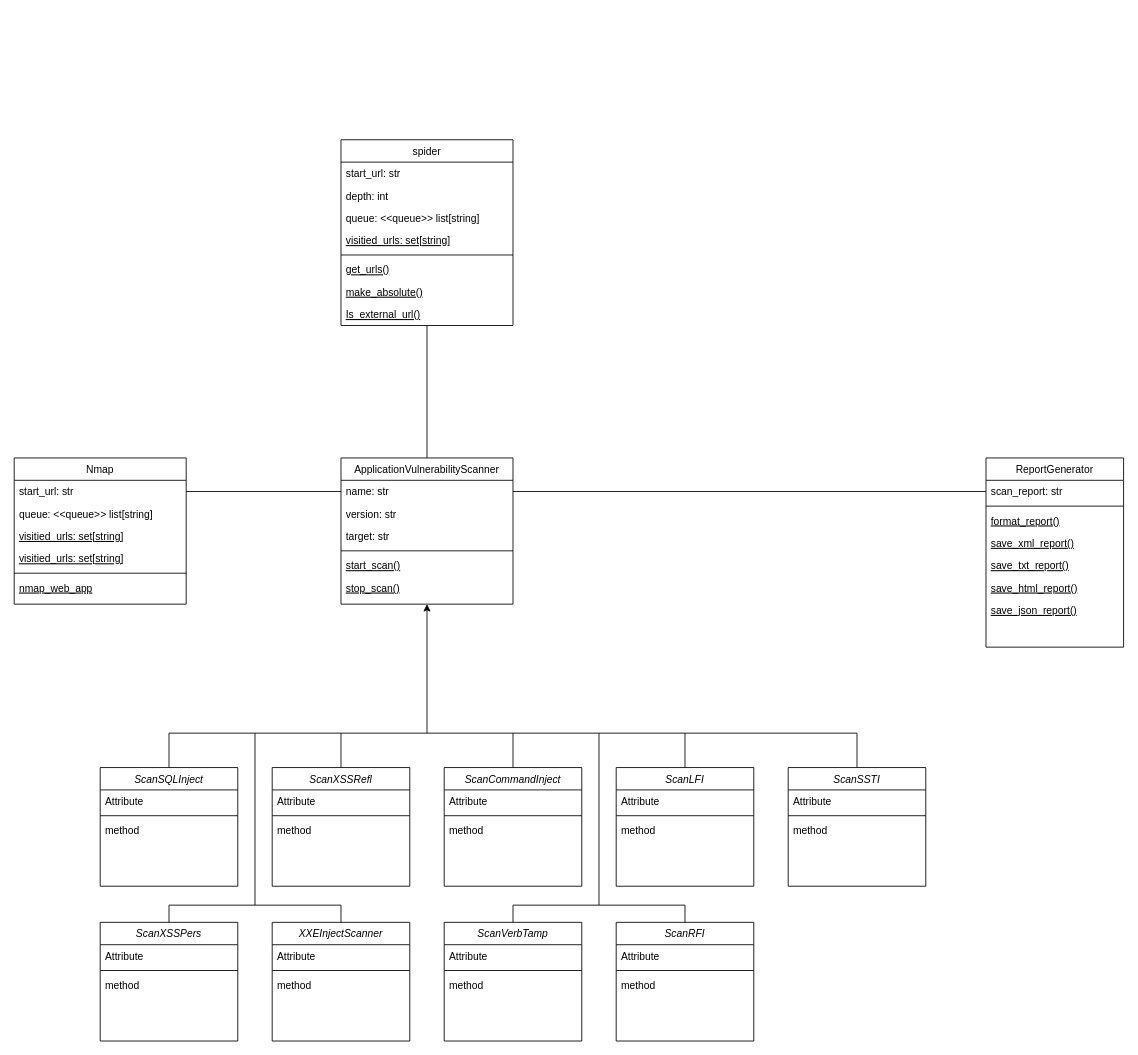
The draw.io diagram classDiagram.drawio in thomascoombes/webApplicationScanner, before the edit. Source tidied: cells renumbered, new cells numbered last; positions are measured from the earlier drawing's top-left corner, leaving out a move shared by most shapes. Both pictures are drawn from the tidied source at 86%, with x=0, y=0 at pixel (14, 139).
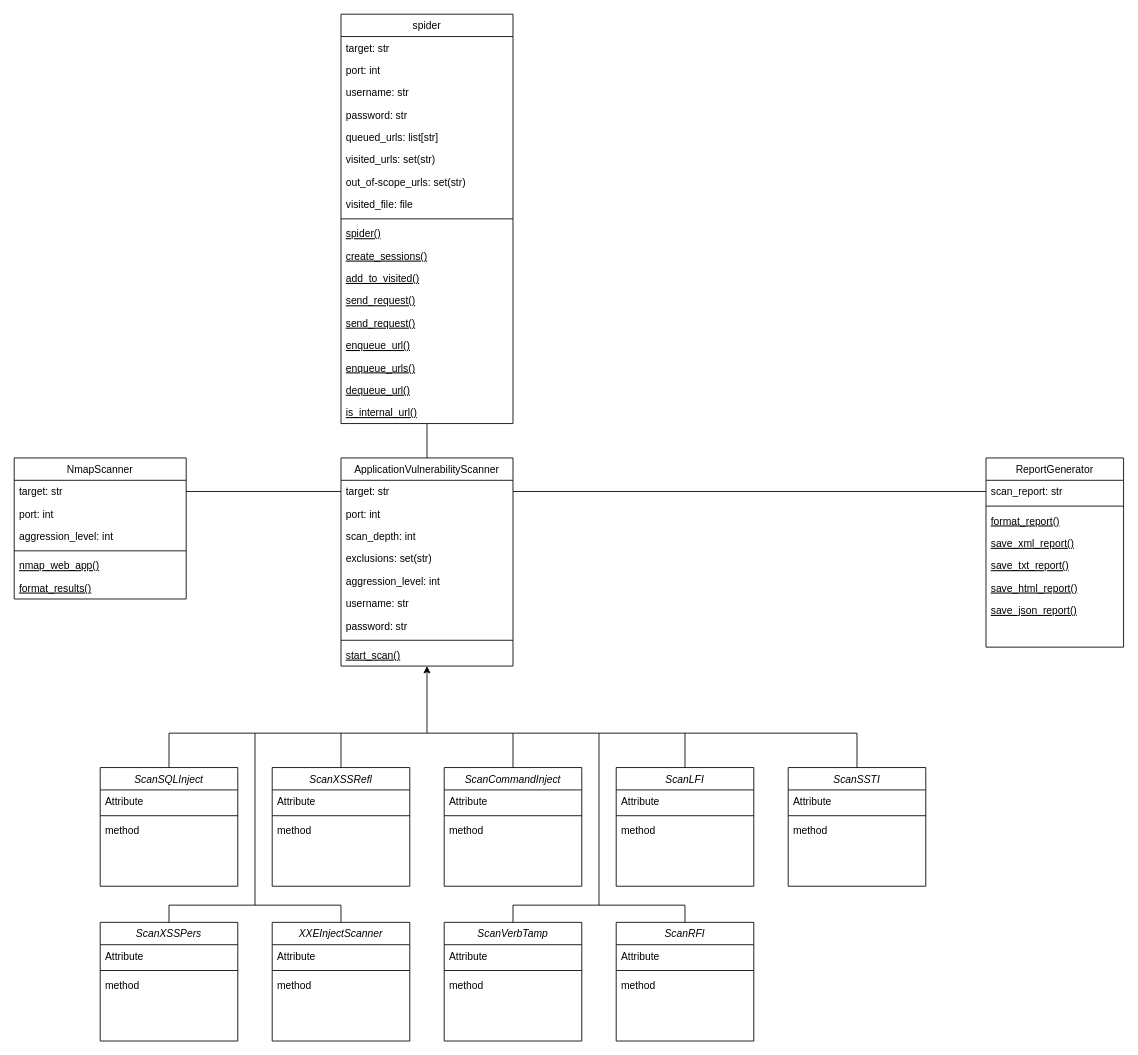
After the change.

The edit, as a diff of the source:
```diff
@@
     <mxCell id="38" value="ApplicationVulnerabilityScanner" style="swimlane;fontStyle=0;align=center;verticalAlign=top;horizontal=1;startSize=26;rounded=0;shadow=0;strokeWidth=1;" parent="1" vertex="1">
-      <mxGeometry x="380" y="370" width="200" height="170" as="geometry" />
+      <mxGeometry x="380" y="370" width="200" height="242" as="geometry" />
     </mxCell>
-    <mxCell id="39" value="name: str" style="text;align=left;verticalAlign=top;spacingLeft=4;spacingRight=4;overflow=hidden;points=[[0,0.5],[1,0.5]];portConstraint=eastwest;" parent="38" vertex="1">
+    <mxCell id="39" value="target: str" style="text;align=left;verticalAlign=top;spacingLeft=4;spacingRight=4;overflow=hidden;points=[[0,0.5],[1,0.5]];portConstraint=eastwest;" parent="38" vertex="1">
       <mxGeometry y="26" width="200" height="26" as="geometry" />
     </mxCell>
-    <mxCell id="40" value="version: str" style="text;align=left;verticalAlign=top;spacingLeft=4;spacingRight=4;overflow=hidden;rounded=0;shadow=0;html=0;" parent="38" vertex="1">
+    <mxCell id="40" value="port: int" style="text;align=left;verticalAlign=top;spacingLeft=4;spacingRight=4;overflow=hidden;rounded=0;shadow=0;html=0;" parent="38" vertex="1">
       <mxGeometry y="52" width="200" height="26" as="geometry" />
     </mxCell>
+    <mxCell id="83" value="scan_depth: int" style="text;align=left;verticalAlign=top;spacingLeft=4;spacingRight=4;overflow=hidden;rounded=0;shadow=0;html=0;" parent="38" vertex="1">
+      <mxGeometry y="78" width="200" height="26" as="geometry" />
+    </mxCell>
-    <mxCell id="41" value="target: str&#10;" style="text;align=left;verticalAlign=top;spacingLeft=4;spacingRight=4;overflow=hidden;rounded=0;shadow=0;html=0;" parent="38" vertex="1">
-      <mxGeometry y="78" width="200" height="26" as="geometry" />
+    <mxCell id="41" value="exclusions: set(str)" style="text;align=left;verticalAlign=top;spacingLeft=4;spacingRight=4;overflow=hidden;rounded=0;shadow=0;html=0;" parent="38" vertex="1">
+      <mxGeometry y="104" width="200" height="26" as="geometry" />
     </mxCell>
+    <mxCell id="84" value="aggression_level: int" style="text;align=left;verticalAlign=top;spacingLeft=4;spacingRight=4;overflow=hidden;rounded=0;shadow=0;html=0;" parent="38" vertex="1">
+      <mxGeometry y="130" width="200" height="26" as="geometry" />
+    </mxCell>
+    <mxCell id="85" value="username: str" style="text;align=left;verticalAlign=top;spacingLeft=4;spacingRight=4;overflow=hidden;rounded=0;shadow=0;html=0;" parent="38" vertex="1">
+      <mxGeometry y="156" width="200" height="26" as="geometry" />
+    </mxCell>
+    <mxCell id="86" value="password: str" style="text;align=left;verticalAlign=top;spacingLeft=4;spacingRight=4;overflow=hidden;rounded=0;shadow=0;html=0;" parent="38" vertex="1">
+      <mxGeometry y="182" width="200" height="26" as="geometry" />
+    </mxCell>
     <mxCell id="42" style="line;html=1;strokeWidth=1;align=left;verticalAlign=middle;spacingTop=-1;spacingLeft=3;spacingRight=3;labelPosition=right;" parent="38" vertex="1">
-      <mxGeometry y="104" width="200" height="8" as="geometry" />
+      <mxGeometry y="208" width="200" height="8" as="geometry" />
     </mxCell>
     <mxCell id="43" value="start_scan()" style="text;align=left;verticalAlign=top;spacingLeft=4;spacingRight=4;overflow=hidden;fontStyle=4;" parent="38" vertex="1">
-      <mxGeometry y="112" width="200" height="26" as="geometry" />
+      <mxGeometry y="216" width="200" height="26" as="geometry" />
     </mxCell>
-    <mxCell id="44" value="stop_scan()" style="text;align=left;verticalAlign=top;spacingLeft=4;spacingRight=4;overflow=hidden;fontStyle=4;" parent="38" vertex="1">
-      <mxGeometry y="138" width="200" height="26" as="geometry" />
-    </mxCell>
@@
     <mxCell id="65" value="spider" style="swimlane;fontStyle=0;align=center;verticalAlign=top;horizontal=1;startSize=26;rounded=0;shadow=0;strokeWidth=1;" parent="1" vertex="1">
-      <mxGeometry x="380" width="200" height="216" as="geometry" />
+      <mxGeometry x="380" y="-146" width="200" height="476" as="geometry" />
     </mxCell>
+    <mxCell id="87" value="target: str" style="text;align=left;verticalAlign=top;spacingLeft=4;spacingRight=4;overflow=hidden;" parent="65" vertex="1">
+      <mxGeometry y="26" width="200" height="26" as="geometry" />
+    </mxCell>
+    <mxCell id="88" value="port: int" style="text;align=left;verticalAlign=top;spacingLeft=4;spacingRight=4;overflow=hidden;" parent="65" vertex="1">
+      <mxGeometry y="52" width="200" height="26" as="geometry" />
+    </mxCell>
+    <mxCell id="89" value="username: str" style="text;align=left;verticalAlign=top;spacingLeft=4;spacingRight=4;overflow=hidden;" parent="65" vertex="1">
+      <mxGeometry y="78" width="200" height="26" as="geometry" />
+    </mxCell>
+    <mxCell id="90" value="password: str" style="text;align=left;verticalAlign=top;spacingLeft=4;spacingRight=4;overflow=hidden;" parent="65" vertex="1">
+      <mxGeometry y="104" width="200" height="26" as="geometry" />
+    </mxCell>
+    <mxCell id="91" value="queued_urls: list[str]" style="text;align=left;verticalAlign=top;spacingLeft=4;spacingRight=4;overflow=hidden;" parent="65" vertex="1">
+      <mxGeometry y="130" width="200" height="26" as="geometry" />
+    </mxCell>
+    <mxCell id="92" value="visited_urls: set(str)" style="text;align=left;verticalAlign=top;spacingLeft=4;spacingRight=4;overflow=hidden;" parent="65" vertex="1">
+      <mxGeometry y="156" width="200" height="26" as="geometry" />
+    </mxCell>
-    <mxCell id="66" value="start_url: str" style="text;align=left;verticalAlign=top;spacingLeft=4;spacingRight=4;overflow=hidden;" parent="65" vertex="1">
-      <mxGeometry y="26" width="200" height="26" as="geometry" />
+    <mxCell id="66" value="out_of-scope_urls: set(str)" style="text;align=left;verticalAlign=top;spacingLeft=4;spacingRight=4;overflow=hidden;" parent="65" vertex="1">
+      <mxGeometry y="182" width="200" height="26" as="geometry" />
     </mxCell>
-    <mxCell id="67" value="depth: int" style="text;align=left;verticalAlign=top;spacingLeft=4;spacingRight=4;overflow=hidden;rounded=0;shadow=0;html=0;" parent="65" vertex="1">
-      <mxGeometry y="52" width="200" height="26" as="geometry" />
-    </mxCell>
-    <mxCell id="68" value="queue: &lt;&lt;queue&gt;&gt; list[string] " style="text;align=left;verticalAlign=top;spacingLeft=4;spacingRight=4;overflow=hidden;fontStyle=0;" parent="65" vertex="1">
-      <mxGeometry y="78" width="200" height="26" as="geometry" />
-    </mxCell>
-    <mxCell id="69" value="visitied_urls: set[string]" style="text;align=left;verticalAlign=top;spacingLeft=4;spacingRight=4;overflow=hidden;fontStyle=4;" parent="65" vertex="1">
-      <mxGeometry y="104" width="200" height="26" as="geometry" />
-    </mxCell>
+    <mxCell id="93" value="visited_file: file" style="text;align=left;verticalAlign=top;spacingLeft=4;spacingRight=4;overflow=hidden;" parent="65" vertex="1">
+      <mxGeometry y="208" width="200" height="26" as="geometry" />
+    </mxCell>
     <mxCell id="70" style="line;html=1;strokeWidth=1;align=left;verticalAlign=middle;spacingTop=-1;spacingLeft=3;spacingRight=3;labelPosition=right;" parent="65" vertex="1">
-      <mxGeometry y="130" width="200" height="8" as="geometry" />
+      <mxGeometry y="234" width="200" height="8" as="geometry" />
     </mxCell>
-    <mxCell id="71" value="get_urls()" style="text;align=left;verticalAlign=top;spacingLeft=4;spacingRight=4;overflow=hidden;fontStyle=4;" parent="65" vertex="1">
-      <mxGeometry y="138" width="200" height="26" as="geometry" />
+    <mxCell id="71" value="spider()" style="text;align=left;verticalAlign=top;spacingLeft=4;spacingRight=4;overflow=hidden;fontStyle=4;" parent="65" vertex="1">
+      <mxGeometry y="242" width="200" height="26" as="geometry" />
     </mxCell>
+    <mxCell id="94" value="create_sessions()" style="text;align=left;verticalAlign=top;spacingLeft=4;spacingRight=4;overflow=hidden;fontStyle=4;" parent="65" vertex="1">
+      <mxGeometry y="268" width="200" height="26" as="geometry" />
+    </mxCell>
-    <mxCell id="72" value="make_absolute()" style="text;align=left;verticalAlign=top;spacingLeft=4;spacingRight=4;overflow=hidden;fontStyle=4;" parent="65" vertex="1">
-      <mxGeometry y="164" width="200" height="26" as="geometry" />
+    <mxCell id="72" value="add_to_visited()" style="text;align=left;verticalAlign=top;spacingLeft=4;spacingRight=4;overflow=hidden;fontStyle=4;" parent="65" vertex="1">
+      <mxGeometry y="294" width="200" height="26" as="geometry" />
     </mxCell>
-    <mxCell id="73" value="Is_external_url()" style="text;align=left;verticalAlign=top;spacingLeft=4;spacingRight=4;overflow=hidden;fontStyle=4;" parent="65" vertex="1">
-      <mxGeometry y="190" width="200" height="26" as="geometry" />
+    <mxCell id="73" value="send_request()" style="text;align=left;verticalAlign=top;spacingLeft=4;spacingRight=4;overflow=hidden;fontStyle=4;" parent="65" vertex="1">
+      <mxGeometry y="320" width="200" height="26" as="geometry" />
     </mxCell>
+    <mxCell id="95" value="send_request()" style="text;align=left;verticalAlign=top;spacingLeft=4;spacingRight=4;overflow=hidden;fontStyle=4;" parent="65" vertex="1">
+      <mxGeometry y="346" width="200" height="26" as="geometry" />
+    </mxCell>
+    <mxCell id="96" value="enqueue_url()" style="text;align=left;verticalAlign=top;spacingLeft=4;spacingRight=4;overflow=hidden;fontStyle=4;" parent="65" vertex="1">
+      <mxGeometry y="372" width="200" height="26" as="geometry" />
+    </mxCell>
+    <mxCell id="97" value="enqueue_urls()" style="text;align=left;verticalAlign=top;spacingLeft=4;spacingRight=4;overflow=hidden;fontStyle=4;" parent="65" vertex="1">
+      <mxGeometry y="398" width="200" height="26" as="geometry" />
+    </mxCell>
+    <mxCell id="98" value="dequeue_url()" style="text;align=left;verticalAlign=top;spacingLeft=4;spacingRight=4;overflow=hidden;fontStyle=4;" parent="65" vertex="1">
+      <mxGeometry y="424" width="200" height="26" as="geometry" />
+    </mxCell>
+    <mxCell id="99" value="is_internal_url()" style="text;align=left;verticalAlign=top;spacingLeft=4;spacingRight=4;overflow=hidden;fontStyle=4;" parent="65" vertex="1">
+      <mxGeometry y="450" width="200" height="26" as="geometry" />
+    </mxCell>
-    <mxCell id="74" value="Nmap" style="swimlane;fontStyle=0;align=center;verticalAlign=top;horizontal=1;startSize=26;rounded=0;shadow=0;strokeWidth=1;" parent="1" vertex="1">
-      <mxGeometry y="370" width="200" height="170" as="geometry" />
+    <mxCell id="74" value="NmapScanner" style="swimlane;fontStyle=0;align=center;verticalAlign=top;horizontal=1;startSize=26;rounded=0;shadow=0;strokeWidth=1;" parent="1" vertex="1">
+      <mxGeometry y="370" width="200" height="164" as="geometry" />
     </mxCell>
-    <mxCell id="75" value="start_url: str" style="text;align=left;verticalAlign=top;spacingLeft=4;spacingRight=4;overflow=hidden;points=[[0,0.5],[1,0.5]];portConstraint=eastwest;" parent="74" vertex="1">
+    <mxCell id="75" value="target: str" style="text;align=left;verticalAlign=top;spacingLeft=4;spacingRight=4;overflow=hidden;points=[[0,0.5],[1,0.5]];portConstraint=eastwest;" parent="74" vertex="1">
       <mxGeometry y="26" width="200" height="26" as="geometry" />
     </mxCell>
-    <mxCell id="76" value="queue: &lt;&lt;queue&gt;&gt; list[string] " style="text;align=left;verticalAlign=top;spacingLeft=4;spacingRight=4;overflow=hidden;fontStyle=0;" parent="74" vertex="1">
-      <mxGeometry y="52" width="200" height="26" as="geometry" />
-    </mxCell>
-    <mxCell id="77" value="visitied_urls: set[string]" style="text;align=left;verticalAlign=top;spacingLeft=4;spacingRight=4;overflow=hidden;fontStyle=4;" parent="74" vertex="1">
-      <mxGeometry y="78" width="200" height="26" as="geometry" />
-    </mxCell>
-    <mxCell id="78" value="visitied_urls: set[string]" style="text;align=left;verticalAlign=top;spacingLeft=4;spacingRight=4;overflow=hidden;fontStyle=4;" parent="74" vertex="1">
-      <mxGeometry y="104" width="200" height="26" as="geometry" />
-    </mxCell>
+    <mxCell id="100" value="port: int" style="text;align=left;verticalAlign=top;spacingLeft=4;spacingRight=4;overflow=hidden;" parent="74" vertex="1">
+      <mxGeometry y="52" width="200" height="26" as="geometry" />
+    </mxCell>
+    <mxCell id="101" value="aggression_level: int" style="text;align=left;verticalAlign=top;spacingLeft=4;spacingRight=4;overflow=hidden;" parent="74" vertex="1">
+      <mxGeometry y="78" width="200" height="26" as="geometry" />
+    </mxCell>
     <mxCell id="79" style="line;html=1;strokeWidth=1;align=left;verticalAlign=middle;spacingTop=-1;spacingLeft=3;spacingRight=3;labelPosition=right;" parent="74" vertex="1">
-      <mxGeometry y="130" width="200" height="8" as="geometry" />
+      <mxGeometry y="104" width="200" height="8" as="geometry" />
     </mxCell>
+    <mxCell id="102" value="nmap_web_app()" style="text;align=left;verticalAlign=top;spacingLeft=4;spacingRight=4;overflow=hidden;fontStyle=4;" parent="74" vertex="1">
+      <mxGeometry y="112" width="200" height="26" as="geometry" />
+    </mxCell>
-    <mxCell id="80" value="nmap_web_app" style="text;align=left;verticalAlign=top;spacingLeft=4;spacingRight=4;overflow=hidden;fontStyle=4;" parent="74" vertex="1">
+    <mxCell id="80" value="format_results()" style="text;align=left;verticalAlign=top;spacingLeft=4;spacingRight=4;overflow=hidden;fontStyle=4;" parent="74" vertex="1">
       <mxGeometry y="138" width="200" height="26" as="geometry" />
     </mxCell>
```
